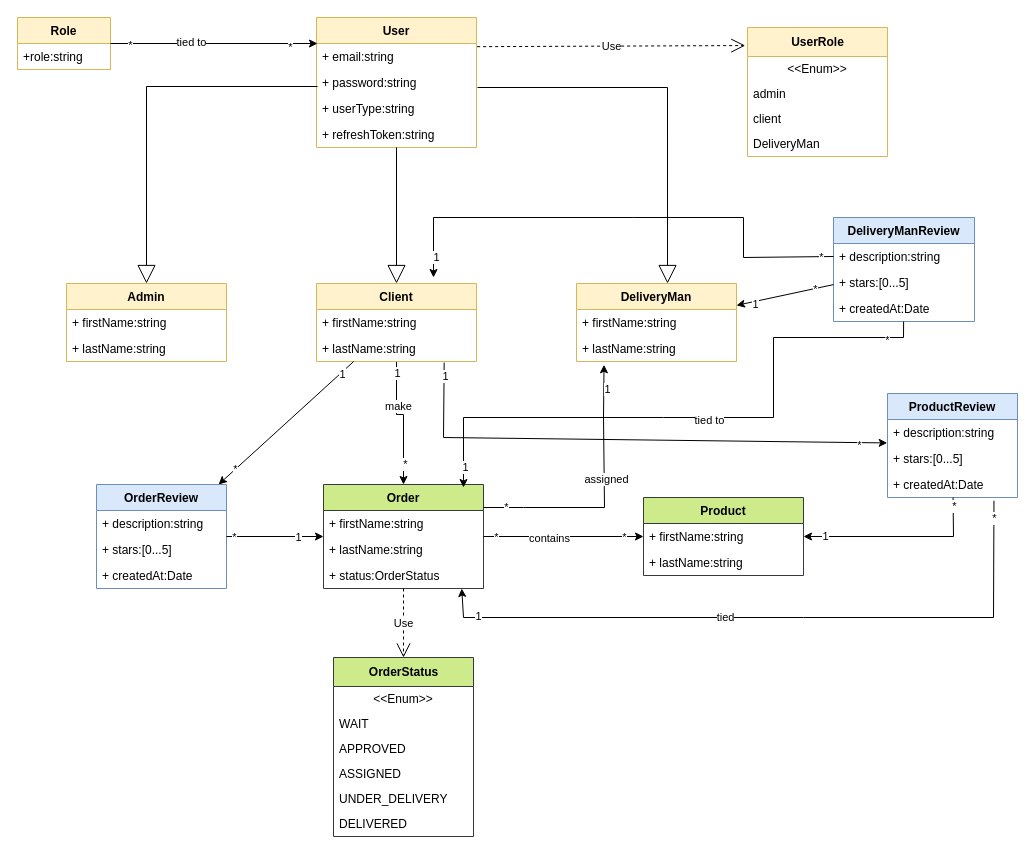
This is docs/class diagram.drawio from stormsidali2001/FrontPharmacy, a draw.io file, before an edit. Source tidied: cells renumbered, new cells numbered last; positions are measured from the earlier drawing's top-left corner, leaving out a move shared by most shapes. Both pictures are drawn from the tidied source at 100%, with x=0, y=0 at pixel (17, 17).
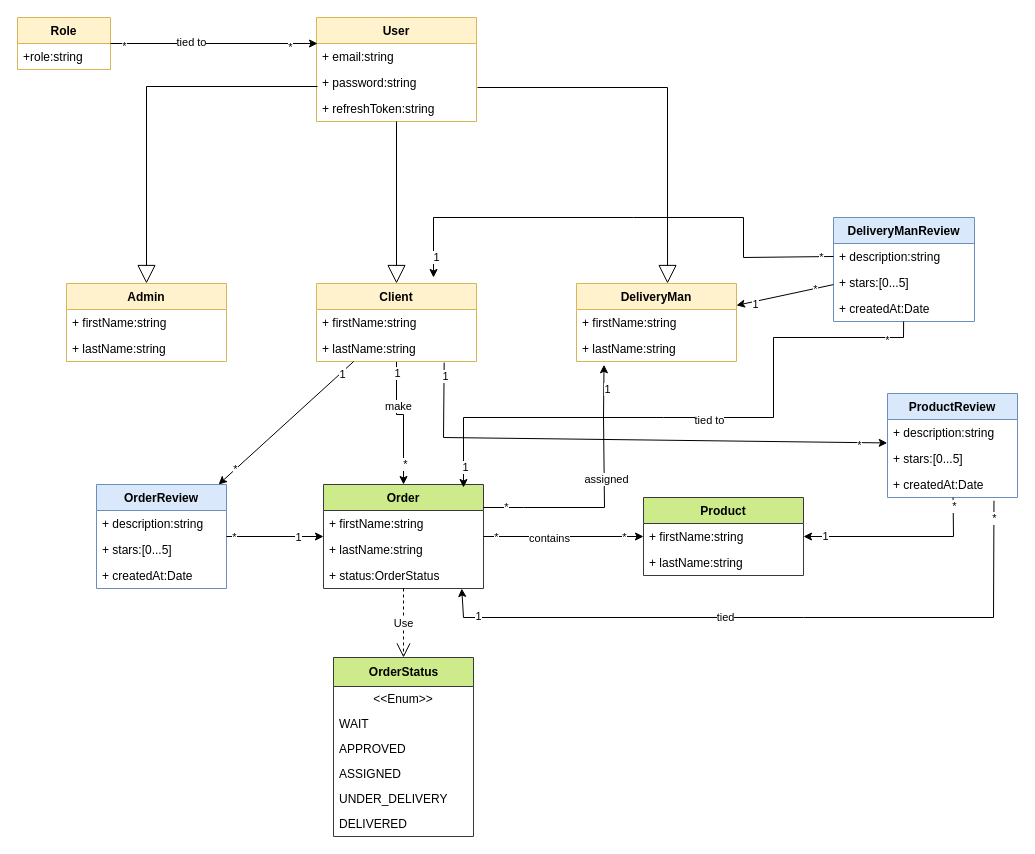
After the change.

Unchanged cells that the change refers to:
```xml
<mxCell id="3" value="+ email:string" style="text;strokeColor=none;fillColor=none;align=left;verticalAlign=top;spacingLeft=4;spacingRight=4;overflow=hidden;points=[[0,0.5],[1,0.5]];portConstraint=eastwest;" parent="2" vertex="1">
  <mxGeometry y="26" width="160" height="26" as="geometry" />
</mxCell>
<mxCell id="25" style="endArrow=classic;html=1;rounded=0;" parent="1" edge="1" source="23">
  <mxGeometry relative="1" as="geometry">
    <mxPoint x="300" y="26" as="targetPoint" />
  </mxGeometry>
</mxCell>
```

Diff of the diagram source:
```diff
@@
     <mxCell id="2" value="User" style="swimlane;fontStyle=1;align=center;verticalAlign=top;horizontal=1;startSize=26;fillColor=#fff2cc;strokeColor=#d6b656;" parent="1" vertex="1">
-      <mxGeometry x="299" width="160" height="130" as="geometry" />
+      <mxGeometry x="299" width="160" height="104" as="geometry" />
     </mxCell>
@@
-    <mxCell id="5" value="+ userType:string" style="text;strokeColor=none;fillColor=none;align=left;verticalAlign=top;spacingLeft=4;spacingRight=4;overflow=hidden;" parent="2" vertex="1">
-      <mxGeometry y="78" width="160" height="26" as="geometry" />
-    </mxCell>
     <mxCell id="6" value="+ refreshToken:string" style="text;strokeColor=none;fillColor=none;align=left;verticalAlign=top;spacingLeft=4;spacingRight=4;overflow=hidden;" parent="2" vertex="1">
-      <mxGeometry y="104" width="160" height="26" as="geometry" />
+      <mxGeometry y="78" width="160" height="26" as="geometry" />
     </mxCell>
@@
     <mxCell id="28" value="*" style="edgeLabel;html=1;align=center;verticalAlign=middle;" parent="25" vertex="1">
-      <mxGeometry x="-0.82" y="-1" relative="1" as="geometry" />
+      <mxGeometry x="-0.87" y="-2" relative="1" as="geometry" />
     </mxCell>
-    <mxCell id="29" value="Use" style="endArrow=open;endSize=12;dashed=1;html=1;rounded=0;exitX=1.004;exitY=0.122;exitDx=0;exitDy=0;exitPerimeter=0;entryX=-0.016;entryY=0.14;entryDx=0;entryDy=0;entryPerimeter=0;" parent="1" edge="1" source="3" target="30">
-      <mxGeometry relative="1" as="geometry" />
-    </mxCell>
-    <mxCell id="30" value="UserRole" style="swimlane;fontStyle=1;align=center;verticalAlign=middle;horizontal=1;startSize=29;html=1;fillColor=#fff2cc;strokeColor=#d6b656;" parent="1" vertex="1">
-      <mxGeometry x="730" y="10" width="140" height="129" as="geometry" />
-    </mxCell>
-    <mxCell id="31" value="&amp;lt;&amp;lt;Enum&amp;gt;&amp;gt;" style="text;html=1;strokeColor=none;fillColor=none;align=center;verticalAlign=middle;spacingLeft=4;spacingRight=4;overflow=hidden;" parent="30" vertex="1">
-      <mxGeometry y="29" width="140" height="25" as="geometry" />
-    </mxCell>
-    <mxCell id="32" value="admin" style="text;html=1;strokeColor=none;fillColor=none;align=left;verticalAlign=middle;spacingLeft=4;spacingRight=4;overflow=hidden;" parent="30" vertex="1">
-      <mxGeometry y="54" width="140" height="25" as="geometry" />
-    </mxCell>
-    <mxCell id="33" value="client" style="text;html=1;strokeColor=none;fillColor=none;align=left;verticalAlign=middle;spacingLeft=4;spacingRight=4;overflow=hidden;" parent="30" vertex="1">
-      <mxGeometry y="79" width="140" height="25" as="geometry" />
-    </mxCell>
-    <mxCell id="34" value="DeliveryMan" style="text;html=1;strokeColor=none;fillColor=none;align=left;verticalAlign=middle;spacingLeft=4;spacingRight=4;overflow=hidden;" parent="30" vertex="1">
-      <mxGeometry y="104" width="140" height="25" as="geometry" />
-    </mxCell>
```
